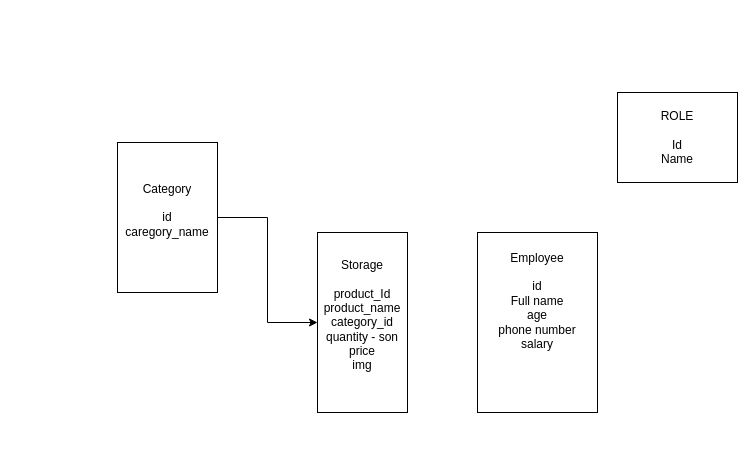
This is Untitled Diagram.drawio from Tohirjon-Odilov/Exam.StockManagement, a draw.io file, before an edit. Source tidied: cells renumbered, new cells numbered last; positions are measured from the earlier drawing's top-left corner, leaving out a move shared by most shapes. Both pictures are drawn from the tidied source at 100%, with x=0, y=0 at pixel (117, 92).
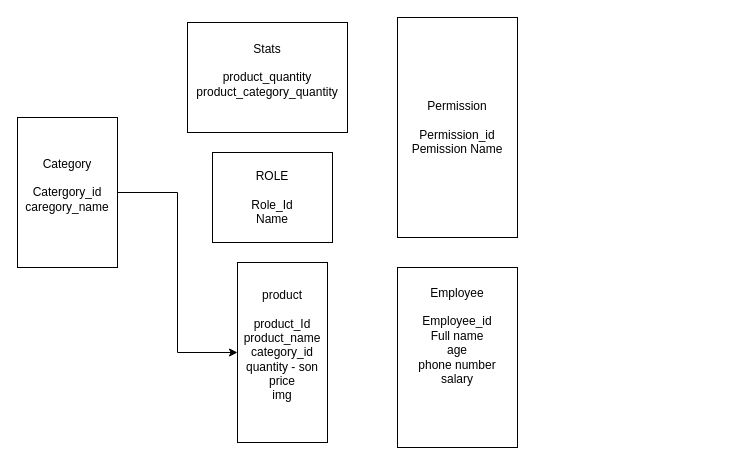
After the change.

The edit, as a diff of the source:
```diff
@@
 <mxGraphModel>
   <root>
     <mxCell id="0" />
     <mxCell id="1" parent="0" />
-    <mxCell id="2" value="Storage&lt;div&gt;&lt;div&gt;&lt;br&gt;product_Id&lt;div&gt;product_name&lt;/div&gt;&lt;div&gt;category_id&lt;/div&gt;&lt;div&gt;quantity - son&lt;/div&gt;&lt;div&gt;price&lt;/div&gt;&lt;div&gt;img&lt;/div&gt;&lt;div&gt;&lt;br&gt;&lt;/div&gt;&lt;/div&gt;&lt;/div&gt;" style="rounded=0;whiteSpace=wrap;html=1;" parent="1" vertex="1">
-      <mxGeometry x="200" y="140" width="90" height="180" as="geometry" />
+    <mxCell id="2" value="product&lt;div&gt;&lt;div&gt;&lt;br&gt;product_Id&lt;div&gt;product_name&lt;/div&gt;&lt;div&gt;category_id&lt;/div&gt;&lt;div&gt;quantity - son&lt;/div&gt;&lt;div&gt;price&lt;/div&gt;&lt;div&gt;img&lt;/div&gt;&lt;div&gt;&lt;br&gt;&lt;/div&gt;&lt;/div&gt;&lt;/div&gt;" style="rounded=0;whiteSpace=wrap;html=1;" parent="1" vertex="1">
+      <mxGeometry x="120" y="170" width="90" height="180" as="geometry" />
     </mxCell>
     <mxCell id="3" style="edgeStyle=orthogonalEdgeStyle;rounded=0;jettySize=auto;html=1;exitX=1;exitY=0.5;exitDx=0;exitDy=0;entryX=0;entryY=0.5;entryDx=0;entryDy=0;" parent="1" edge="1" source="4" target="2">
       <mxGeometry relative="1" as="geometry" />
     </mxCell>
-    <mxCell id="4" value="Category&lt;br&gt;&lt;br&gt;id&lt;div&gt;caregory_name&lt;/div&gt;&lt;div&gt;&lt;br&gt;&lt;/div&gt;" style="rounded=0;whiteSpace=wrap;html=1;" parent="1" vertex="1">
-      <mxGeometry y="50" width="100" height="150" as="geometry" />
+    <mxCell id="4" value="Category&lt;br&gt;&lt;br&gt;Catergory_id&lt;div&gt;caregory_name&lt;/div&gt;&lt;div&gt;&lt;br&gt;&lt;/div&gt;" style="rounded=0;whiteSpace=wrap;html=1;" parent="1" vertex="1">
+      <mxGeometry x="-100" y="25" width="100" height="150" as="geometry" />
     </mxCell>
-    <mxCell id="5" value="&lt;div&gt;ROLE&lt;/div&gt;&lt;div&gt;&lt;br&gt;&lt;/div&gt;Id&lt;div&gt;Name&lt;/div&gt;" style="rounded=0;whiteSpace=wrap;html=1;" parent="1" vertex="1">
-      <mxGeometry x="500" width="120" height="90" as="geometry" />
+    <mxCell id="5" value="&lt;div&gt;ROLE&lt;/div&gt;&lt;div&gt;&lt;br&gt;&lt;/div&gt;Role_Id&lt;div&gt;Name&lt;/div&gt;" style="rounded=0;whiteSpace=wrap;html=1;" parent="1" vertex="1">
+      <mxGeometry x="95" y="60" width="120" height="90" as="geometry" />
     </mxCell>
-    <mxCell id="6" value="Employee&lt;div&gt;&lt;br&gt;&lt;/div&gt;&lt;div&gt;id&lt;/div&gt;&lt;div&gt;Full name&lt;br&gt;age&lt;/div&gt;&lt;div&gt;phone number&lt;/div&gt;&lt;div&gt;salary&lt;/div&gt;&lt;div&gt;&lt;br&gt;&lt;/div&gt;&lt;div&gt;&lt;br&gt;&lt;/div&gt;&lt;div&gt;&lt;br&gt;&lt;/div&gt;" style="rounded=0;whiteSpace=wrap;html=1;" parent="1" vertex="1">
-      <mxGeometry x="360" y="140" width="120" height="180" as="geometry" />
+    <mxCell id="6" value="Employee&lt;div&gt;&lt;br&gt;&lt;/div&gt;&lt;div&gt;Employee_id&lt;/div&gt;&lt;div&gt;Full name&lt;br&gt;age&lt;/div&gt;&lt;div&gt;phone number&lt;/div&gt;&lt;div&gt;salary&lt;/div&gt;&lt;div&gt;&lt;br&gt;&lt;/div&gt;&lt;div&gt;&lt;br&gt;&lt;/div&gt;&lt;div&gt;&lt;br&gt;&lt;/div&gt;" style="rounded=0;whiteSpace=wrap;html=1;" parent="1" vertex="1">
+      <mxGeometry x="280" y="175" width="120" height="180" as="geometry" />
     </mxCell>
+    <mxCell id="7" value="Permission&lt;div&gt;&lt;br&gt;&lt;/div&gt;&lt;div&gt;Permission_id&lt;/div&gt;&lt;div&gt;Pemission Name&lt;/div&gt;" style="rounded=0;whiteSpace=wrap;html=1;" parent="1" vertex="1">
+      <mxGeometry x="280" y="-75" width="120" height="220" as="geometry" />
+    </mxCell>
+    <mxCell id="8" value="Stats&lt;div&gt;&lt;br&gt;&lt;/div&gt;&lt;div&gt;product_quantity&lt;/div&gt;&lt;div&gt;product_category_quantity&lt;/div&gt;&lt;div&gt;&lt;br&gt;&lt;/div&gt;" style="rounded=0;whiteSpace=wrap;html=1;" parent="1" vertex="1">
+      <mxGeometry x="70" y="-70" width="160" height="110" as="geometry" />
+    </mxCell>
   </root>
 </mxGraphModel>
```
